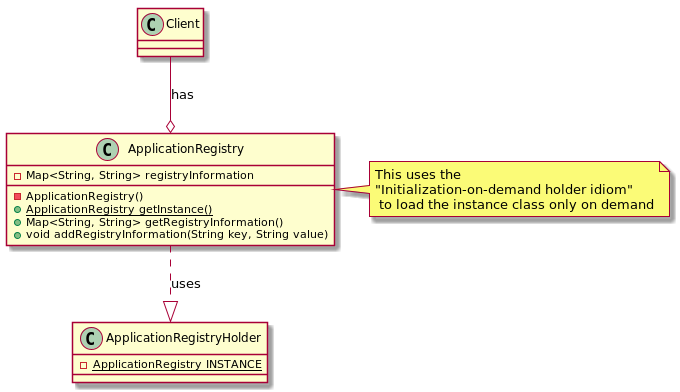
Above: DesignPatternsElementsOfReusableObjectOrientesSoftware/Chapter03/Singleton/image/code_class_design.png in lealceldeiro/gems (PlantUML), before the change. The source it was exported from:
```plantuml
@startuml

class ApplicationRegistry {
    - Map<String, String> registryInformation

    - ApplicationRegistry()
    + {static} ApplicationRegistry getInstance()
    + Map<String, String> getRegistryInformation()
    + void addRegistryInformation(String key, String value)
}

note right of ApplicationRegistry : This uses the\n"Initialization-on-demand holder idiom"\n to load the instance class only on demand

class ApplicationRegistryHolder {
    - {static} ApplicationRegistry INSTANCE
}

ApplicationRegistry ..|> ApplicationRegistryHolder : uses

class Client

Client --o ApplicationRegistry : has

@enduml
```
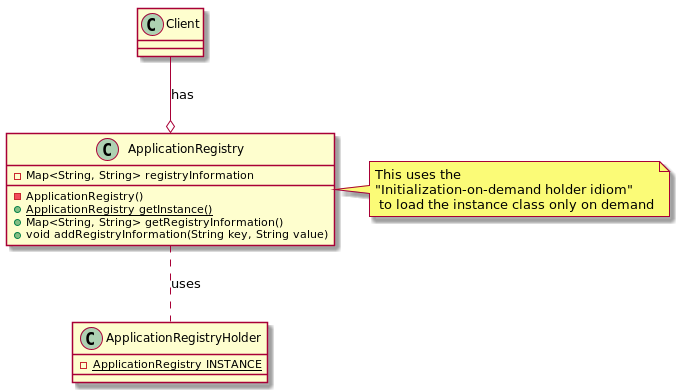
After the change.

Commit message:
Update class diagram to match UML notation

Diff of the diagram source:
```diff
@@ -15,7 +15,7 @@
     - {static} ApplicationRegistry INSTANCE
 }
 
-ApplicationRegistry ..|> ApplicationRegistryHolder : uses
+ApplicationRegistry .. ApplicationRegistryHolder : uses
 
 class Client
 
```
